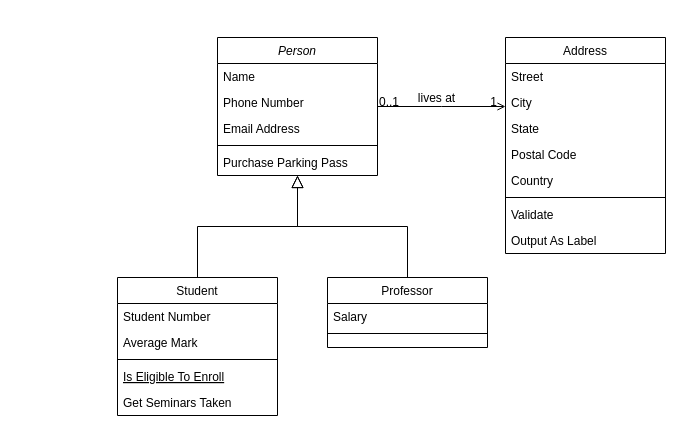
kadsendino/drawio keeps this draw.io diagram as Unbenanntes Diagramm.drawio. Above is the earlier version. Source tidied: cells renumbered, new cells numbered last; positions are measured from the earlier drawing's top-left corner, leaving out a move shared by most shapes. Both pictures are drawn from the tidied source at 100%, with x=0, y=0 at pixel (117, 37).
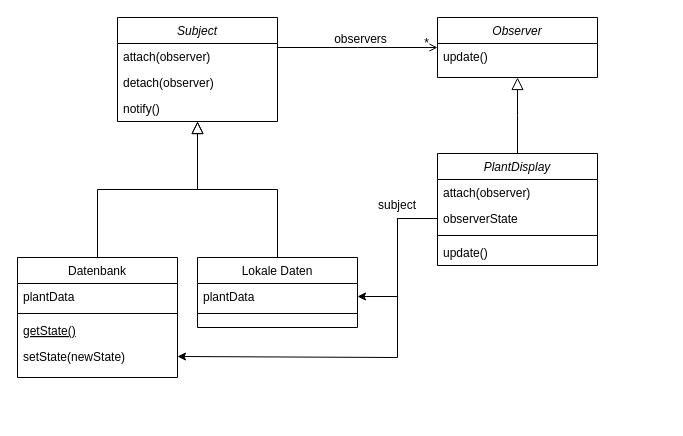
The same diagram, later.

The change refers to these unchanged cells:
```xml
<mxCell id="28" style="endArrow=open;shadow=0;strokeWidth=1;rounded=0;curved=0;endFill=1;edgeStyle=elbowEdgeStyle;elbow=vertical;" parent="1" edge="1" source="2" target="19">
  <mxGeometry x="0.5" y="41" relative="1" as="geometry">
    <mxPoint x="-40" y="32" as="offset" />
  </mxGeometry>
</mxCell>
```

The edit, as a diff of the source:
```diff
@@
-    <mxCell id="2" value="Person" style="swimlane;fontStyle=2;align=center;verticalAlign=top;horizontal=1;startSize=26;rounded=0;shadow=0;strokeWidth=1;" parent="1" vertex="1">
-      <mxGeometry x="100" width="160" height="138" as="geometry" />
+    <mxCell id="2" value="Subject" style="swimlane;fontStyle=2;align=center;verticalAlign=top;horizontal=1;startSize=26;rounded=0;shadow=0;strokeWidth=1;" parent="1" vertex="1">
+      <mxGeometry y="-20" width="160" height="104" as="geometry" />
     </mxCell>
-    <mxCell id="3" value="Name" style="text;align=left;verticalAlign=top;spacingLeft=4;spacingRight=4;overflow=hidden;" parent="2" vertex="1">
+    <mxCell id="3" value="attach(observer)" style="text;align=left;verticalAlign=top;spacingLeft=4;spacingRight=4;overflow=hidden;" parent="2" vertex="1">
       <mxGeometry y="26" width="160" height="26" as="geometry" />
     </mxCell>
-    <mxCell id="4" value="Phone Number" style="text;align=left;verticalAlign=top;spacingLeft=4;spacingRight=4;overflow=hidden;rounded=0;shadow=0;html=0;" parent="2" vertex="1">
+    <mxCell id="4" value="detach(observer)" style="text;align=left;verticalAlign=top;spacingLeft=4;spacingRight=4;overflow=hidden;rounded=0;shadow=0;html=0;" parent="2" vertex="1">
       <mxGeometry y="52" width="160" height="26" as="geometry" />
     </mxCell>
-    <mxCell id="5" value="Email Address" style="text;align=left;verticalAlign=top;spacingLeft=4;spacingRight=4;overflow=hidden;rounded=0;shadow=0;html=0;" parent="2" vertex="1">
+    <mxCell id="5" value="notify()" style="text;align=left;verticalAlign=top;spacingLeft=4;spacingRight=4;overflow=hidden;rounded=0;shadow=0;html=0;" parent="2" vertex="1">
       <mxGeometry y="78" width="160" height="26" as="geometry" />
     </mxCell>
-    <mxCell id="6" style="line;html=1;strokeWidth=1;align=left;verticalAlign=middle;spacingTop=-1;spacingLeft=3;spacingRight=3;labelPosition=right;" parent="2" vertex="1">
-      <mxGeometry y="104" width="160" height="8" as="geometry" />
-    </mxCell>
-    <mxCell id="7" value="Purchase Parking Pass" style="text;align=left;verticalAlign=top;spacingLeft=4;spacingRight=4;overflow=hidden;" parent="2" vertex="1">
-      <mxGeometry y="112" width="160" height="26" as="geometry" />
-    </mxCell>
-    <mxCell id="8" value="Student" style="swimlane;fontStyle=0;align=center;verticalAlign=top;horizontal=1;startSize=26;rounded=0;shadow=0;strokeWidth=1;" parent="1" vertex="1">
-      <mxGeometry y="240" width="160" height="138" as="geometry" />
+    <mxCell id="8" value="Datenbank" style="swimlane;fontStyle=0;align=center;verticalAlign=top;horizontal=1;startSize=26;rounded=0;shadow=0;strokeWidth=1;" parent="1" vertex="1">
+      <mxGeometry x="-100" y="220" width="160" height="120" as="geometry" />
     </mxCell>
-    <mxCell id="9" value="Student Number" style="text;align=left;verticalAlign=top;spacingLeft=4;spacingRight=4;overflow=hidden;" parent="8" vertex="1">
+    <mxCell id="9" value="plantData" style="text;align=left;verticalAlign=top;spacingLeft=4;spacingRight=4;overflow=hidden;" parent="8" vertex="1">
       <mxGeometry y="26" width="160" height="26" as="geometry" />
     </mxCell>
-    <mxCell id="10" value="Average Mark" style="text;align=left;verticalAlign=top;spacingLeft=4;spacingRight=4;overflow=hidden;rounded=0;shadow=0;html=0;" parent="8" vertex="1">
-      <mxGeometry y="52" width="160" height="26" as="geometry" />
-    </mxCell>
     <mxCell id="11" style="line;html=1;strokeWidth=1;align=left;verticalAlign=middle;spacingTop=-1;spacingLeft=3;spacingRight=3;labelPosition=right;" parent="8" vertex="1">
-      <mxGeometry y="78" width="160" height="8" as="geometry" />
+      <mxGeometry y="52" width="160" height="8" as="geometry" />
     </mxCell>
-    <mxCell id="12" value="Is Eligible To Enroll" style="text;align=left;verticalAlign=top;spacingLeft=4;spacingRight=4;overflow=hidden;fontStyle=4;" parent="8" vertex="1">
-      <mxGeometry y="86" width="160" height="26" as="geometry" />
+    <mxCell id="12" value="getState()" style="text;align=left;verticalAlign=top;spacingLeft=4;spacingRight=4;overflow=hidden;fontStyle=4;" parent="8" vertex="1">
+      <mxGeometry y="60" width="160" height="26" as="geometry" />
     </mxCell>
-    <mxCell id="13" value="Get Seminars Taken" style="text;align=left;verticalAlign=top;spacingLeft=4;spacingRight=4;overflow=hidden;points=[[0,0.5],[1,0.5]];portConstraint=eastwest;" parent="8" vertex="1">
-      <mxGeometry y="112" width="160" height="26" as="geometry" />
+    <mxCell id="13" value="setState(newState) " style="text;align=left;verticalAlign=top;spacingLeft=4;spacingRight=4;overflow=hidden;points=[[0,0.5],[1,0.5]];portConstraint=eastwest;" parent="8" vertex="1">
+      <mxGeometry y="86" width="160" height="26" as="geometry" />
     </mxCell>
@@
-    <mxCell id="15" value="Professor" style="swimlane;fontStyle=0;align=center;verticalAlign=top;horizontal=1;startSize=26;rounded=0;shadow=0;strokeWidth=1;" parent="1" vertex="1">
-      <mxGeometry x="210" y="240" width="160" height="70" as="geometry" />
+    <mxCell id="15" value="Lokale Daten" style="swimlane;fontStyle=0;align=center;verticalAlign=top;horizontal=1;startSize=26;rounded=0;shadow=0;strokeWidth=1;" parent="1" vertex="1">
+      <mxGeometry x="80" y="220" width="160" height="70" as="geometry" />
     </mxCell>
-    <mxCell id="16" value="Salary" style="text;align=left;verticalAlign=top;spacingLeft=4;spacingRight=4;overflow=hidden;points=[[0,0.5],[1,0.5]];portConstraint=eastwest;" parent="15" vertex="1">
+    <mxCell id="16" value="plantData" style="text;align=left;verticalAlign=top;spacingLeft=4;spacingRight=4;overflow=hidden;points=[[0,0.5],[1,0.5]];portConstraint=eastwest;" parent="15" vertex="1">
       <mxGeometry y="26" width="160" height="26" as="geometry" />
     </mxCell>
@@
-    <mxCell id="19" value="Address" style="swimlane;fontStyle=0;align=center;verticalAlign=top;horizontal=1;startSize=26;rounded=0;shadow=0;strokeWidth=1;" parent="1" vertex="1">
-      <mxGeometry x="388" width="160" height="216" as="geometry" />
+    <mxCell id="19" value="Observer" style="swimlane;fontStyle=2;align=center;verticalAlign=top;horizontal=1;startSize=26;rounded=0;shadow=0;strokeWidth=1;" parent="1" vertex="1">
+      <mxGeometry x="320" y="-20" width="160" height="60" as="geometry" />
     </mxCell>
-    <mxCell id="20" value="Street" style="text;align=left;verticalAlign=top;spacingLeft=4;spacingRight=4;overflow=hidden;" parent="19" vertex="1">
+    <mxCell id="20" value="update()" style="text;align=left;verticalAlign=top;spacingLeft=4;spacingRight=4;overflow=hidden;" parent="19" vertex="1">
       <mxGeometry y="26" width="160" height="26" as="geometry" />
     </mxCell>
-    <mxCell id="21" value="City" style="text;align=left;verticalAlign=top;spacingLeft=4;spacingRight=4;overflow=hidden;rounded=0;shadow=0;html=0;" parent="19" vertex="1">
-      <mxGeometry y="52" width="160" height="26" as="geometry" />
-    </mxCell>
-    <mxCell id="22" value="State" style="text;align=left;verticalAlign=top;spacingLeft=4;spacingRight=4;overflow=hidden;rounded=0;shadow=0;html=0;" parent="19" vertex="1">
-      <mxGeometry y="78" width="160" height="26" as="geometry" />
-    </mxCell>
-    <mxCell id="23" value="Postal Code" style="text;align=left;verticalAlign=top;spacingLeft=4;spacingRight=4;overflow=hidden;rounded=0;shadow=0;html=0;" parent="19" vertex="1">
-      <mxGeometry y="104" width="160" height="26" as="geometry" />
-    </mxCell>
-    <mxCell id="24" value="Country" style="text;align=left;verticalAlign=top;spacingLeft=4;spacingRight=4;overflow=hidden;rounded=0;shadow=0;html=0;" parent="19" vertex="1">
-      <mxGeometry y="130" width="160" height="26" as="geometry" />
-    </mxCell>
-    <mxCell id="25" style="line;html=1;strokeWidth=1;align=left;verticalAlign=middle;spacingTop=-1;spacingLeft=3;spacingRight=3;labelPosition=right;" parent="19" vertex="1">
-      <mxGeometry y="156" width="160" height="8" as="geometry" />
-    </mxCell>
-    <mxCell id="26" value="Validate" style="text;align=left;verticalAlign=top;spacingLeft=4;spacingRight=4;overflow=hidden;" parent="19" vertex="1">
-      <mxGeometry y="164" width="160" height="26" as="geometry" />
-    </mxCell>
-    <mxCell id="27" value="Output As Label" style="text;align=left;verticalAlign=top;spacingLeft=4;spacingRight=4;overflow=hidden;" parent="19" vertex="1">
-      <mxGeometry y="190" width="160" height="26" as="geometry" />
-    </mxCell>
@@
-    <mxCell id="29" value="0..1" style="align=left;verticalAlign=bottom;labelBackgroundColor=none;fontSize=12;" parent="28" vertex="1">
-      <mxGeometry x="-1" relative="1" as="geometry">
-        <mxPoint y="4" as="offset" />
-      </mxGeometry>
-    </mxCell>
-    <mxCell id="30" value="1" style="align=right;verticalAlign=bottom;labelBackgroundColor=none;fontSize=12;" parent="28" vertex="1">
+    <mxCell id="30" value="*" style="align=right;verticalAlign=bottom;labelBackgroundColor=none;fontSize=12;" parent="28" vertex="1">
       <mxGeometry x="1" relative="1" as="geometry">
         <mxPoint x="-7" y="4" as="offset" />
       </mxGeometry>
     </mxCell>
-    <mxCell id="31" value="lives at" style="text;html=1;align=center;verticalAlign=middle;labelBackgroundColor=none;rounded=0;shadow=0;strokeWidth=1;fontSize=12;" parent="28" vertex="1">
+    <mxCell id="31" value="observers" style="text;html=1;align=center;verticalAlign=middle;labelBackgroundColor=none;rounded=0;shadow=0;strokeWidth=1;fontSize=12;" parent="28" vertex="1">
       <mxGeometry x="0.5" y="49" relative="1" as="geometry">
         <mxPoint x="-38" y="40" as="offset" />
       </mxGeometry>
     </mxCell>
+    <mxCell id="32" value="PlantDisplay" style="swimlane;fontStyle=2;align=center;verticalAlign=top;horizontal=1;startSize=26;rounded=0;shadow=0;strokeWidth=1;" parent="1" vertex="1">
+      <mxGeometry x="320" y="116" width="160" height="112" as="geometry" />
+    </mxCell>
+    <mxCell id="33" value="attach(observer)" style="text;align=left;verticalAlign=top;spacingLeft=4;spacingRight=4;overflow=hidden;" parent="32" vertex="1">
+      <mxGeometry y="26" width="160" height="26" as="geometry" />
+    </mxCell>
+    <mxCell id="34" value="observerState" style="text;align=left;verticalAlign=top;spacingLeft=4;spacingRight=4;overflow=hidden;points=[[0,0.5],[1,0.5]];portConstraint=eastwest;rounded=0;shadow=0;html=0;" parent="32" vertex="1">
+      <mxGeometry y="52" width="160" height="26" as="geometry" />
+    </mxCell>
+    <mxCell id="35" style="line;html=1;strokeWidth=1;align=left;verticalAlign=middle;spacingTop=-1;spacingLeft=3;spacingRight=3;labelPosition=right;" parent="32" vertex="1">
+      <mxGeometry y="78" width="160" height="8" as="geometry" />
+    </mxCell>
+    <mxCell id="36" value="update()" style="text;align=left;verticalAlign=top;spacingLeft=4;spacingRight=4;overflow=hidden;rounded=0;shadow=0;html=0;" parent="32" vertex="1">
+      <mxGeometry y="86" width="160" height="26" as="geometry" />
+    </mxCell>
+    <mxCell id="37" style="endArrow=block;endSize=10;endFill=0;shadow=0;strokeWidth=1;rounded=0;curved=0;edgeStyle=elbowEdgeStyle;elbow=vertical;entryX=0.5;entryY=1;entryDx=0;entryDy=0;exitX=0.5;exitY=0;exitDx=0;exitDy=0;" parent="1" edge="1" source="32" target="19">
+      <mxGeometry relative="1" as="geometry" />
+    </mxCell>
+    <mxCell id="38" style="edgeStyle=orthogonalEdgeStyle;rounded=0;jettySize=auto;html=1;exitX=0;exitY=0.5;exitDx=0;exitDy=0;entryX=1;entryY=0.5;entryDx=0;entryDy=0;" parent="1" edge="1" source="34" target="16">
+      <mxGeometry relative="1" as="geometry" />
+    </mxCell>
+    <mxCell id="39" style="edgeStyle=orthogonalEdgeStyle;rounded=0;jettySize=auto;html=1;exitX=0;exitY=0.5;exitDx=0;exitDy=0;entryX=1;entryY=0.5;entryDx=0;entryDy=0;" parent="1" edge="1" source="34" target="13">
+      <mxGeometry relative="1" as="geometry">
+        <Array as="points">
+          <mxPoint x="280" y="181" />
+          <mxPoint x="280" y="320" />
+        </Array>
+      </mxGeometry>
+    </mxCell>
+    <mxCell id="40" value="subject" style="text;html=1;align=center;verticalAlign=middle;whiteSpace=wrap;rounded=0;" parent="1" vertex="1">
+      <mxGeometry x="250" y="153" width="60" height="30" as="geometry" />
+    </mxCell>
```
